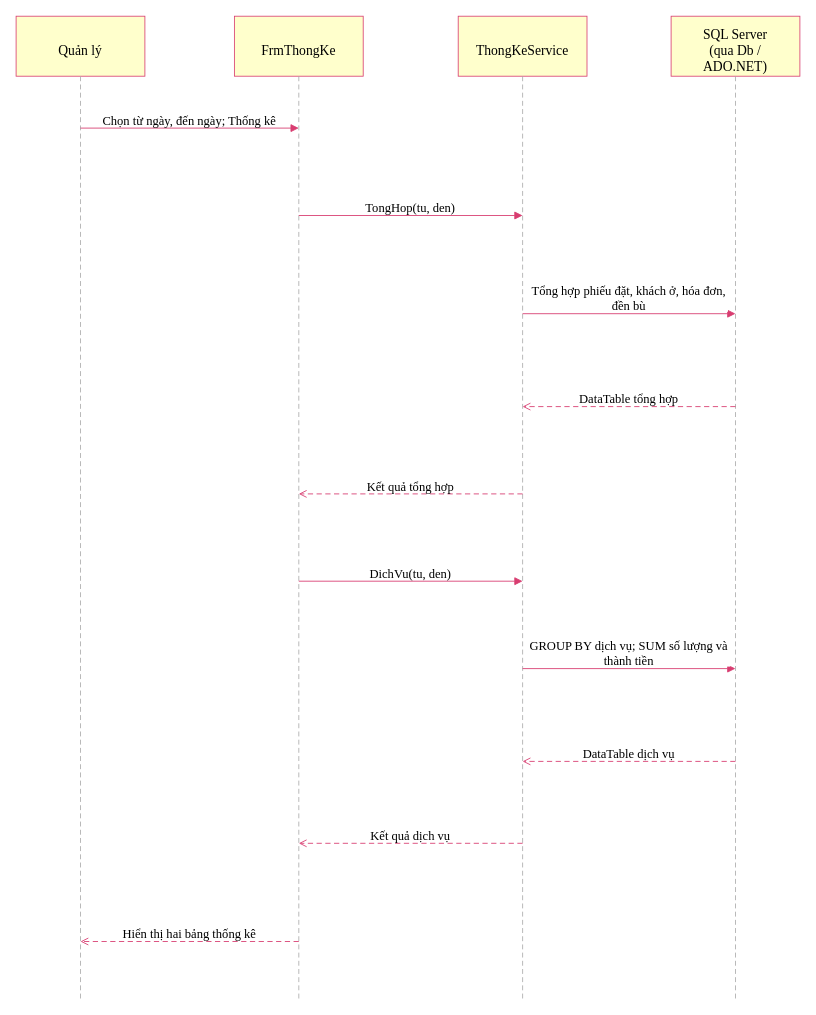
This is LAB3/UML/14_SequenceThongKe.drawio from kanishere55/LAB_AT_OOSD, a draw.io file, before an edit. Source tidied: cells renumbered, new cells numbered last; positions are measured from the earlier drawing's top-left corner, leaving out a move shared by most shapes. Both pictures are drawn from the tidied source at 100%, with x=0, y=0 at pixel (16, 16).
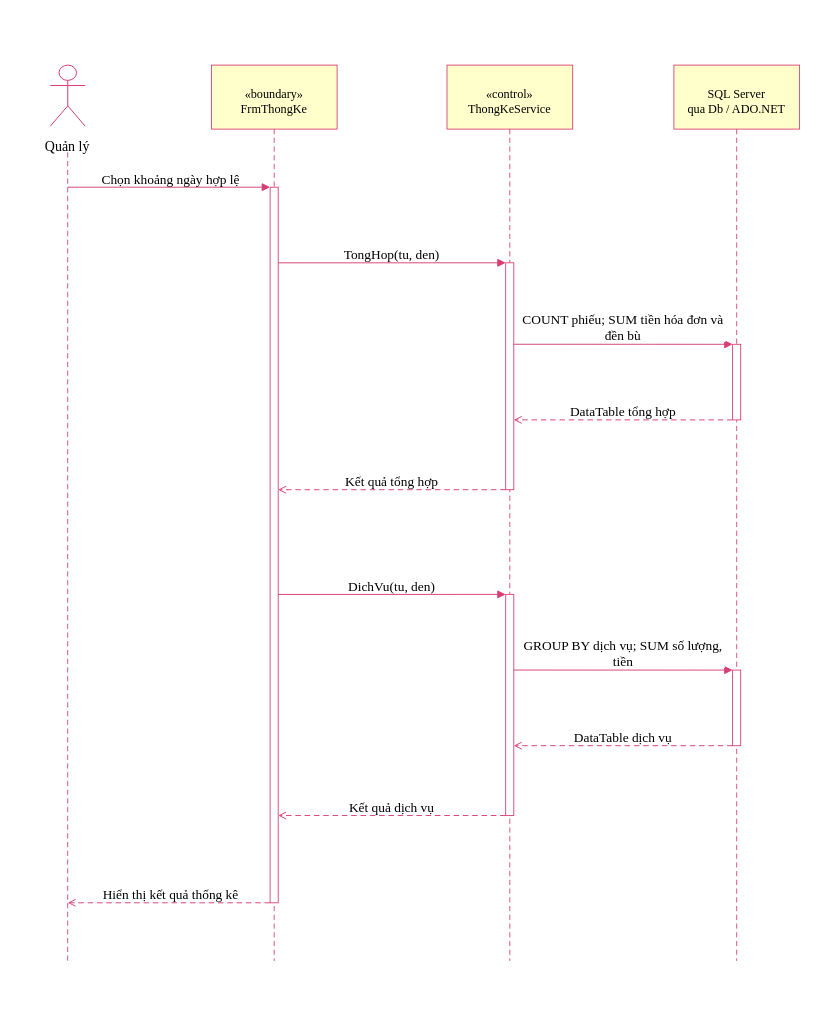
The same page after the edit.

Diff of the diagram source:
```diff
@@
     <mxCell id="2" style="group;html=0;" parent="1" vertex="1">
-      <mxGeometry x="-0.4" y="-0.3" width="128.8" height="60" as="geometry" />
+      <mxGeometry x="32.6" y="48" width="37.2" height="61.1" as="geometry" />
     </mxCell>
-    <mxCell id="3" style="rounded=0;arcSize=12;html=0;fillColor=#ffffcc;strokeColor=#d83d70;strokeWidth=0.819;" parent="2" vertex="1">
-      <mxGeometry width="128.8" height="60" as="geometry" />
+    <mxCell id="3" style="shape=umlActor;fillColor=none;strokeColor=#D83D70;" parent="2" vertex="1">
+      <mxGeometry x="1.2" y="0.6" width="34.9" height="61.1" as="geometry" />
     </mxCell>
-    <mxCell id="4" value="Quản lý" style="text;html=0;strokeColor=none;fillColor=none;fontFamily=Times New Roman;fontColor=#000000;fontSize=13.647;fontStyle=0;align=center;verticalAlign=top;spacing=0;whiteSpace=nowrap;overflow=visible;" parent="2" vertex="1">
-      <mxGeometry x="41" y="22" width="46.8" height="18.8" as="geometry" />
+    <mxCell id="4" value="Quản lý" style="text;html=0;strokeColor=none;fillColor=none;fontFamily=Times New Roman;fontColor=#000000;fontSize=13.962;fontStyle=0;align=center;verticalAlign=top;spacing=0;whiteSpace=nowrap;overflow=visible;" parent="2" vertex="1">
+      <mxGeometry x="-5.5" y="68.6" width="48.1" height="19.4" as="geometry" />
     </mxCell>
-    <mxCell id="5" style="edgeStyle=none;noEdgeStyle=1;rounded=0;strokeColor=#aaaaaa;strokeWidth=0.819;endArrow=none;startArrow=none;dashed=1;dashPattern=6 4;" parent="1" edge="1">
+    <mxCell id="5" style="edgeStyle=none;noEdgeStyle=1;rounded=0;strokeColor=#D83D70;strokeWidth=0.873;endArrow=none;startArrow=none;dashed=1;dashPattern=6 4;" parent="1" edge="1">
       <mxGeometry relative="1" as="geometry">
-        <mxPoint x="64" y="59.8" as="sourcePoint" />
-        <mxPoint x="64" y="982.3" as="targetPoint" />
+        <mxPoint x="51.2" y="135.8" as="sourcePoint" />
+        <mxPoint x="51.2" y="944.4" as="targetPoint" />
       </mxGeometry>
     </mxCell>
     <mxCell id="6" style="group;html=0;" parent="1" vertex="1">
-      <mxGeometry x="217.9" y="-0.3" width="128.8" height="60" as="geometry" />
+      <mxGeometry x="194.9" y="48.6" width="125.7" height="64" as="geometry" />
     </mxCell>
-    <mxCell id="7" style="rounded=0;arcSize=12;html=0;fillColor=#ffffcc;strokeColor=#d83d70;strokeWidth=0.819;" parent="6" vertex="1">
-      <mxGeometry width="128.8" height="60" as="geometry" />
+    <mxCell id="7" style="rounded=0;arcSize=12;html=0;fillColor=#FFFFCC;strokeColor=#D83D70;strokeWidth=0.873;" parent="6" vertex="1">
+      <mxGeometry width="125.7" height="64" as="geometry" />
     </mxCell>
-    <mxCell id="8" value="FrmThongKe" style="text;html=0;strokeColor=none;fillColor=none;fontFamily=Times New Roman;fontColor=#000000;fontSize=13.647;fontStyle=0;align=center;verticalAlign=top;spacing=0;whiteSpace=nowrap;overflow=visible;" parent="6" vertex="1">
-      <mxGeometry x="25.7" y="22" width="77.5" height="18.8" as="geometry" />
+    <mxCell id="8" value="«boundary»&#10;FrmThongKe" style="text;html=0;strokeColor=none;fillColor=none;fontFamily=Times New Roman;fontColor=#000000;fontSize=12.217;fontStyle=0;align=center;verticalAlign=top;spacing=0;whiteSpace=nowrap;overflow=visible;" parent="6" vertex="1">
+      <mxGeometry x="27.9" y="17.6" width="70" height="31.7" as="geometry" />
     </mxCell>
-    <mxCell id="9" style="edgeStyle=none;noEdgeStyle=1;rounded=0;strokeColor=#aaaaaa;strokeWidth=0.819;endArrow=none;startArrow=none;dashed=1;dashPattern=6 4;" parent="1" edge="1">
+    <mxCell id="9" style="edgeStyle=none;noEdgeStyle=1;rounded=0;strokeColor=#D83D70;strokeWidth=0.873;endArrow=none;startArrow=none;dashed=1;dashPattern=6 4;" parent="1" edge="1">
       <mxGeometry relative="1" as="geometry">
-        <mxPoint x="282.3" y="59.8" as="sourcePoint" />
-        <mxPoint x="282.3" y="982.3" as="targetPoint" />
+        <mxPoint x="257.7" y="112.5" as="sourcePoint" />
+        <mxPoint x="257.7" y="944.4" as="targetPoint" />
       </mxGeometry>
     </mxCell>
     <mxCell id="10" style="group;html=0;" parent="1" vertex="1">
-      <mxGeometry x="441.7" y="-0.3" width="128.8" height="60" as="geometry" />
+      <mxGeometry x="430.5" y="48.6" width="125.7" height="64" as="geometry" />
     </mxCell>
-    <mxCell id="11" style="rounded=0;arcSize=12;html=0;fillColor=#ffffcc;strokeColor=#d83d70;strokeWidth=0.819;" parent="10" vertex="1">
-      <mxGeometry width="128.8" height="60" as="geometry" />
+    <mxCell id="11" style="rounded=0;arcSize=12;html=0;fillColor=#FFFFCC;strokeColor=#D83D70;strokeWidth=0.873;" parent="10" vertex="1">
+      <mxGeometry width="125.7" height="64" as="geometry" />
     </mxCell>
-    <mxCell id="12" value="ThongKeService" style="text;html=0;strokeColor=none;fillColor=none;fontFamily=Times New Roman;fontColor=#000000;fontSize=13.647;fontStyle=0;align=center;verticalAlign=top;spacing=0;whiteSpace=nowrap;overflow=visible;" parent="10" vertex="1">
-      <mxGeometry x="16.6" y="22" width="95.5" height="18.8" as="geometry" />
+    <mxCell id="12" value="«control»&#10;ThongKeService" style="text;html=0;strokeColor=none;fillColor=none;fontFamily=Times New Roman;fontColor=#000000;fontSize=12.217;fontStyle=0;align=center;verticalAlign=top;spacing=0;whiteSpace=nowrap;overflow=visible;" parent="10" vertex="1">
+      <mxGeometry x="19.8" y="17.6" width="86.1" height="31.7" as="geometry" />
     </mxCell>
-    <mxCell id="13" style="edgeStyle=none;noEdgeStyle=1;rounded=0;strokeColor=#aaaaaa;strokeWidth=0.819;endArrow=none;startArrow=none;dashed=1;dashPattern=6 4;" parent="1" edge="1">
+    <mxCell id="13" style="edgeStyle=none;noEdgeStyle=1;rounded=0;strokeColor=#D83D70;strokeWidth=0.873;endArrow=none;startArrow=none;dashed=1;dashPattern=6 4;" parent="1" edge="1">
       <mxGeometry relative="1" as="geometry">
-        <mxPoint x="506.1" y="59.8" as="sourcePoint" />
-        <mxPoint x="506.1" y="982.3" as="targetPoint" />
+        <mxPoint x="493.3" y="112.5" as="sourcePoint" />
+        <mxPoint x="493.3" y="944.4" as="targetPoint" />
       </mxGeometry>
     </mxCell>
     <mxCell id="14" style="group;html=0;" parent="1" vertex="1">
-      <mxGeometry x="654.6" y="-0.3" width="128.8" height="60" as="geometry" />
+      <mxGeometry x="657.4" y="48.6" width="125.7" height="64" as="geometry" />
     </mxCell>
-    <mxCell id="15" style="rounded=0;arcSize=12;html=0;fillColor=#ffffcc;strokeColor=#d83d70;strokeWidth=0.819;" parent="14" vertex="1">
-      <mxGeometry width="128.8" height="60" as="geometry" />
+    <mxCell id="15" style="rounded=0;arcSize=12;html=0;fillColor=#FFFFCC;strokeColor=#D83D70;strokeWidth=0.873;" parent="14" vertex="1">
+      <mxGeometry width="125.7" height="64" as="geometry" />
     </mxCell>
-    <mxCell id="16" value="SQL Server&#10;(qua Db /&#10;ADO.NET)" style="text;html=0;strokeColor=none;fillColor=none;fontFamily=Times New Roman;fontColor=#000000;fontSize=13.647;fontStyle=0;align=center;verticalAlign=top;spacing=0;whiteSpace=nowrap;overflow=visible;" parent="14" vertex="1">
-      <mxGeometry x="30.4" y="5.9" width="68" height="51" as="geometry" />
+    <mxCell id="16" value="SQL Server&#10;qua Db / ADO.NET" style="text;html=0;strokeColor=none;fillColor=none;fontFamily=Times New Roman;fontColor=#000000;fontSize=12.217;fontStyle=0;align=center;verticalAlign=top;spacing=0;whiteSpace=nowrap;overflow=visible;" parent="14" vertex="1">
+      <mxGeometry x="11.9" y="17.6" width="101.9" height="31.7" as="geometry" />
     </mxCell>
-    <mxCell id="17" style="edgeStyle=none;noEdgeStyle=1;rounded=0;strokeColor=#aaaaaa;strokeWidth=0.819;endArrow=none;startArrow=none;dashed=1;dashPattern=6 4;" parent="1" edge="1">
+    <mxCell id="17" style="edgeStyle=none;noEdgeStyle=1;rounded=0;strokeColor=#D83D70;strokeWidth=0.873;endArrow=none;startArrow=none;dashed=1;dashPattern=6 4;" parent="1" edge="1">
       <mxGeometry relative="1" as="geometry">
-        <mxPoint x="719" y="59.8" as="sourcePoint" />
-        <mxPoint x="719" y="982.3" as="targetPoint" />
+        <mxPoint x="720.2" y="112.5" as="sourcePoint" />
+        <mxPoint x="720.2" y="944.4" as="targetPoint" />
       </mxGeometry>
     </mxCell>
+    <mxCell id="38" style="rounded=0;arcSize=12;html=0;fillColor=#FFFFFF;strokeColor=#D83D70;strokeWidth=0.873;" parent="1" vertex="1">
+      <mxGeometry x="253.6" y="170.7" width="8.1" height="715.6" as="geometry" />
+    </mxCell>
+    <mxCell id="39" style="rounded=0;arcSize=12;html=0;fillColor=#FFFFFF;strokeColor=#D83D70;strokeWidth=0.873;" parent="1" vertex="1">
+      <mxGeometry x="489.2" y="246.3" width="8.1" height="226.9" as="geometry" />
+    </mxCell>
+    <mxCell id="40" style="rounded=0;arcSize=12;html=0;fillColor=#FFFFFF;strokeColor=#D83D70;strokeWidth=0.873;" parent="1" vertex="1">
+      <mxGeometry x="489.2" y="577.9" width="8.1" height="221.1" as="geometry" />
+    </mxCell>
+    <mxCell id="41" style="rounded=0;arcSize=12;html=0;fillColor=#FFFFFF;strokeColor=#D83D70;strokeWidth=0.873;" parent="1" vertex="1">
+      <mxGeometry x="716.1" y="327.8" width="8.1" height="75.6" as="geometry" />
+    </mxCell>
+    <mxCell id="42" style="rounded=0;arcSize=12;html=0;fillColor=#FFFFFF;strokeColor=#D83D70;strokeWidth=0.873;" parent="1" vertex="1">
+      <mxGeometry x="716.1" y="653.6" width="8.1" height="75.6" as="geometry" />
+    </mxCell>
-    <mxCell id="18" style="edgeStyle=none;noEdgeStyle=1;rounded=0;jumpStyle=arc;jumpSize=6;strokeColor=#d83d70;strokeWidth=0.873;endArrow=block;endFill=1;startArrow=none;startFill=1;" parent="1" edge="1">
+    <mxCell id="18" style="edgeStyle=none;noEdgeStyle=1;rounded=0;jumpStyle=arc;jumpSize=6;strokeColor=#D83D70;strokeWidth=0.931;endArrow=block;endFill=1;startArrow=none;startFill=1;entryX=0;entryY=0.0;entryPerimeter=0;" parent="1" edge="1" target="38">
       <mxGeometry relative="1" as="geometry">
-        <mxPoint x="64" y="111.6" as="sourcePoint" />
-        <mxPoint x="282.3" y="111.6" as="targetPoint" />
+        <mxPoint x="51.2" y="170.7" as="sourcePoint" />
       </mxGeometry>
     </mxCell>
-    <mxCell id="19" value="Chọn từ ngày, đến ngày; Thống kê" style="text;html=0;strokeColor=none;fillColor=#ffffff;fontFamily=Times New Roman;fontColor=#000000;fontSize=12.555;fontStyle=0;align=center;verticalAlign=top;spacing=0;whiteSpace=nowrap;overflow=visible;" parent="1" vertex="1">
-      <mxGeometry x="84.2" y="92.5" width="177.9" height="17.5" as="geometry" />
+    <mxCell id="19" value="Chọn khoảng ngày hợp lệ" style="text;html=0;strokeColor=none;fillColor=#ffffff;fontFamily=Times New Roman;fontColor=#000000;fontSize=13.380;fontStyle=0;align=center;verticalAlign=top;spacing=0;whiteSpace=nowrap;overflow=visible;" parent="1" vertex="1">
+      <mxGeometry x="83.7" y="150.4" width="141.5" height="18.7" as="geometry" />
     </mxCell>
-    <mxCell id="20" style="edgeStyle=none;noEdgeStyle=1;rounded=0;jumpStyle=arc;jumpSize=6;strokeColor=#d83d70;strokeWidth=0.873;endArrow=block;endFill=1;startArrow=none;startFill=1;" parent="1" edge="1">
-      <mxGeometry relative="1" as="geometry">
-        <mxPoint x="282.3" y="199" as="sourcePoint" />
-        <mxPoint x="506.1" y="199" as="targetPoint" />
-      </mxGeometry>
+    <mxCell id="20" style="edgeStyle=none;noEdgeStyle=1;rounded=0;jumpStyle=arc;jumpSize=6;strokeColor=#D83D70;strokeWidth=0.931;endArrow=block;endFill=1;startArrow=none;startFill=1;exitX=1;exitY=0.10569105691056911;exitPerimeter=0;entryX=0;entryY=0.0;entryPerimeter=0;" parent="1" edge="1" source="38" target="39">
+      <mxGeometry relative="1" as="geometry" />
     </mxCell>
-    <mxCell id="21" value="TongHop(tu, den)" style="text;html=0;strokeColor=none;fillColor=#ffffff;fontFamily=Times New Roman;fontColor=#000000;fontSize=12.555;fontStyle=0;align=center;verticalAlign=top;spacing=0;whiteSpace=nowrap;overflow=visible;" parent="1" vertex="1">
-      <mxGeometry x="347.2" y="179.9" width="94" height="17.5" as="geometry" />
+    <mxCell id="21" value="TongHop(tu, den)" style="text;html=0;strokeColor=none;fillColor=#ffffff;fontFamily=Times New Roman;fontColor=#000000;fontSize=13.380;fontStyle=0;align=center;verticalAlign=top;spacing=0;whiteSpace=nowrap;overflow=visible;" parent="1" vertex="1">
+      <mxGeometry x="325.4" y="226" width="100.2" height="18.7" as="geometry" />
     </mxCell>
-    <mxCell id="22" style="edgeStyle=none;noEdgeStyle=1;rounded=0;jumpStyle=arc;jumpSize=6;strokeColor=#d83d70;strokeWidth=0.873;endArrow=block;endFill=1;startArrow=none;startFill=1;" parent="1" edge="1">
-      <mxGeometry relative="1" as="geometry">
-        <mxPoint x="506.1" y="297.2" as="sourcePoint" />
-        <mxPoint x="719" y="297.2" as="targetPoint" />
-      </mxGeometry>
+    <mxCell id="22" style="edgeStyle=none;noEdgeStyle=1;rounded=0;jumpStyle=arc;jumpSize=6;strokeColor=#D83D70;strokeWidth=0.931;endArrow=block;endFill=1;startArrow=none;startFill=1;exitX=1;exitY=0.358974358974359;exitPerimeter=0;entryX=0;entryY=0.0;entryPerimeter=0;" parent="1" edge="1" source="39" target="41">
+      <mxGeometry relative="1" as="geometry" />
     </mxCell>
-    <mxCell id="23" value="Tổng hợp phiếu đặt, khách ở, hóa đơn,&#10;đền bù" style="text;html=0;strokeColor=none;fillColor=#ffffff;fontFamily=Times New Roman;fontColor=#000000;fontSize=12.555;fontStyle=0;align=center;verticalAlign=top;spacing=0;whiteSpace=nowrap;overflow=visible;" parent="1" vertex="1">
-      <mxGeometry x="513.6" y="262.9" width="197.9" height="32.4" as="geometry" />
+    <mxCell id="23" value="COUNT phiếu; SUM tiền hóa đơn và&#10;đền bù" style="text;html=0;strokeColor=none;fillColor=#ffffff;fontFamily=Times New Roman;fontColor=#000000;fontSize=13.380;fontStyle=0;align=center;verticalAlign=top;spacing=0;whiteSpace=nowrap;overflow=visible;" parent="1" vertex="1">
+      <mxGeometry x="504.4" y="291.1" width="204.6" height="34.5" as="geometry" />
     </mxCell>
-    <mxCell id="24" style="edgeStyle=none;noEdgeStyle=1;rounded=0;jumpStyle=arc;jumpSize=6;strokeColor=#d83d70;strokeWidth=0.873;endArrow=open;endFill=0;startArrow=none;startFill=1;dashed=1;dashPattern=6 4;" parent="1" edge="1">
-      <mxGeometry relative="1" as="geometry">
-        <mxPoint x="719" y="390.1" as="sourcePoint" />
-        <mxPoint x="506.1" y="390.1" as="targetPoint" />
-      </mxGeometry>
+    <mxCell id="24" style="edgeStyle=none;noEdgeStyle=1;rounded=0;jumpStyle=arc;jumpSize=6;strokeColor=#D83D70;strokeWidth=0.931;endArrow=open;endFill=0;startArrow=none;startFill=1;dashed=1;dashPattern=6 4;entryX=1;entryY=0.6923076923076923;entryPerimeter=0;exitX=0;exitY=1.0;exitPerimeter=0;" parent="1" edge="1" source="41" target="39">
+      <mxGeometry relative="1" as="geometry" />
     </mxCell>
-    <mxCell id="25" value="DataTable tổng hợp" style="text;html=0;strokeColor=none;fillColor=#ffffff;fontFamily=Times New Roman;fontColor=#000000;fontSize=12.555;fontStyle=0;align=center;verticalAlign=top;spacing=0;whiteSpace=nowrap;overflow=visible;" parent="1" vertex="1">
-      <mxGeometry x="560.8" y="370.9" width="103.6" height="17.5" as="geometry" />
+    <mxCell id="25" value="DataTable tổng hợp" style="text;html=0;strokeColor=none;fillColor=#ffffff;fontFamily=Times New Roman;fontColor=#000000;fontSize=13.380;fontStyle=0;align=center;verticalAlign=top;spacing=0;whiteSpace=nowrap;overflow=visible;" parent="1" vertex="1">
+      <mxGeometry x="551.6" y="383.1" width="110.4" height="18.7" as="geometry" />
     </mxCell>
-    <mxCell id="26" style="edgeStyle=none;noEdgeStyle=1;rounded=0;jumpStyle=arc;jumpSize=6;strokeColor=#d83d70;strokeWidth=0.873;endArrow=open;endFill=0;startArrow=none;startFill=1;dashed=1;dashPattern=6 4;" parent="1" edge="1">
-      <mxGeometry relative="1" as="geometry">
-        <mxPoint x="506.1" y="477.4" as="sourcePoint" />
-        <mxPoint x="282.3" y="477.4" as="targetPoint" />
-      </mxGeometry>
+    <mxCell id="26" style="edgeStyle=none;noEdgeStyle=1;rounded=0;jumpStyle=arc;jumpSize=6;strokeColor=#D83D70;strokeWidth=0.931;endArrow=open;endFill=0;startArrow=none;startFill=1;dashed=1;dashPattern=6 4;entryX=1;entryY=0.42276422764227645;entryPerimeter=0;exitX=0;exitY=1.0;exitPerimeter=0;" parent="1" edge="1" source="39" target="38">
+      <mxGeometry relative="1" as="geometry" />
     </mxCell>
-    <mxCell id="27" value="Kết quả tổng hợp" style="text;html=0;strokeColor=none;fillColor=#ffffff;fontFamily=Times New Roman;fontColor=#000000;fontSize=12.555;fontStyle=0;align=center;verticalAlign=top;spacing=0;whiteSpace=nowrap;overflow=visible;" parent="1" vertex="1">
-      <mxGeometry x="348.9" y="458.3" width="90.6" height="17.5" as="geometry" />
+    <mxCell id="27" value="Kết quả tổng hợp" style="text;html=0;strokeColor=none;fillColor=#ffffff;fontFamily=Times New Roman;fontColor=#000000;fontSize=13.380;fontStyle=0;align=center;verticalAlign=top;spacing=0;whiteSpace=nowrap;overflow=visible;" parent="1" vertex="1">
+      <mxGeometry x="327.2" y="452.9" width="96.6" height="18.7" as="geometry" />
     </mxCell>
-    <mxCell id="28" style="edgeStyle=none;noEdgeStyle=1;rounded=0;jumpStyle=arc;jumpSize=6;strokeColor=#d83d70;strokeWidth=0.873;endArrow=block;endFill=1;startArrow=none;startFill=1;" parent="1" edge="1">
-      <mxGeometry relative="1" as="geometry">
-        <mxPoint x="282.3" y="564.7" as="sourcePoint" />
-        <mxPoint x="506.1" y="564.7" as="targetPoint" />
-      </mxGeometry>
+    <mxCell id="28" style="edgeStyle=none;noEdgeStyle=1;rounded=0;jumpStyle=arc;jumpSize=6;strokeColor=#D83D70;strokeWidth=0.931;endArrow=block;endFill=1;startArrow=none;startFill=1;exitX=1;exitY=0.5691056910569106;exitPerimeter=0;entryX=0;entryY=0.0;entryPerimeter=0;" parent="1" edge="1" source="38" target="40">
+      <mxGeometry relative="1" as="geometry" />
     </mxCell>
-    <mxCell id="29" value="DichVu(tu, den)" style="text;html=0;strokeColor=none;fillColor=#ffffff;fontFamily=Times New Roman;fontColor=#000000;fontSize=12.555;fontStyle=0;align=center;verticalAlign=top;spacing=0;whiteSpace=nowrap;overflow=visible;" parent="1" vertex="1">
-      <mxGeometry x="351.4" y="545.6" width="85.7" height="17.5" as="geometry" />
+    <mxCell id="29" value="DichVu(tu, den)" style="text;html=0;strokeColor=none;fillColor=#ffffff;fontFamily=Times New Roman;fontColor=#000000;fontSize=13.380;fontStyle=0;align=center;verticalAlign=top;spacing=0;whiteSpace=nowrap;overflow=visible;" parent="1" vertex="1">
+      <mxGeometry x="329.8" y="557.6" width="91.3" height="18.7" as="geometry" />
     </mxCell>
-    <mxCell id="30" style="edgeStyle=none;noEdgeStyle=1;rounded=0;jumpStyle=arc;jumpSize=6;strokeColor=#d83d70;strokeWidth=0.873;endArrow=block;endFill=1;startArrow=none;startFill=1;" parent="1" edge="1">
-      <mxGeometry relative="1" as="geometry">
-        <mxPoint x="506.1" y="652.1" as="sourcePoint" />
-        <mxPoint x="719" y="652.1" as="targetPoint" />
-      </mxGeometry>
+    <mxCell id="30" style="edgeStyle=none;noEdgeStyle=1;rounded=0;jumpStyle=arc;jumpSize=6;strokeColor=#D83D70;strokeWidth=0.931;endArrow=block;endFill=1;startArrow=none;startFill=1;exitX=1;exitY=0.34210526315789475;exitPerimeter=0;entryX=0;entryY=0.0;entryPerimeter=0;" parent="1" edge="1" source="40" target="42">
+      <mxGeometry relative="1" as="geometry" />
     </mxCell>
-    <mxCell id="31" value="GROUP BY dịch vụ; SUM số lượng và&#10;thành tiền" style="text;html=0;strokeColor=none;fillColor=#ffffff;fontFamily=Times New Roman;fontColor=#000000;fontSize=12.555;fontStyle=0;align=center;verticalAlign=top;spacing=0;whiteSpace=nowrap;overflow=visible;" parent="1" vertex="1">
-      <mxGeometry x="511.3" y="617.7" width="202.5" height="32.4" as="geometry" />
+    <mxCell id="31" value="GROUP BY dịch vụ; SUM số lượng,&#10;tiền" style="text;html=0;strokeColor=none;fillColor=#ffffff;fontFamily=Times New Roman;fontColor=#000000;fontSize=13.380;fontStyle=0;align=center;verticalAlign=top;spacing=0;whiteSpace=nowrap;overflow=visible;" parent="1" vertex="1">
+      <mxGeometry x="505.2" y="616.9" width="203.2" height="34.5" as="geometry" />
     </mxCell>
-    <mxCell id="32" style="edgeStyle=none;noEdgeStyle=1;rounded=0;jumpStyle=arc;jumpSize=6;strokeColor=#d83d70;strokeWidth=0.873;endArrow=open;endFill=0;startArrow=none;startFill=1;dashed=1;dashPattern=6 4;" parent="1" edge="1">
-      <mxGeometry relative="1" as="geometry">
-        <mxPoint x="719" y="744.9" as="sourcePoint" />
-        <mxPoint x="506.1" y="744.9" as="targetPoint" />
-      </mxGeometry>
+    <mxCell id="32" style="edgeStyle=none;noEdgeStyle=1;rounded=0;jumpStyle=arc;jumpSize=6;strokeColor=#D83D70;strokeWidth=0.931;endArrow=open;endFill=0;startArrow=none;startFill=1;dashed=1;dashPattern=6 4;entryX=1;entryY=0.6842105263157895;entryPerimeter=0;exitX=0;exitY=1.0;exitPerimeter=0;" parent="1" edge="1" source="42" target="40">
+      <mxGeometry relative="1" as="geometry" />
     </mxCell>
-    <mxCell id="33" value="DataTable dịch vụ" style="text;html=0;strokeColor=none;fillColor=#ffffff;fontFamily=Times New Roman;fontColor=#000000;fontSize=12.555;fontStyle=0;align=center;verticalAlign=top;spacing=0;whiteSpace=nowrap;overflow=visible;" parent="1" vertex="1">
-      <mxGeometry x="564.5" y="725.8" width="96.2" height="17.5" as="geometry" />
+    <mxCell id="33" value="DataTable dịch vụ" style="text;html=0;strokeColor=none;fillColor=#ffffff;fontFamily=Times New Roman;fontColor=#000000;fontSize=13.380;fontStyle=0;align=center;verticalAlign=top;spacing=0;whiteSpace=nowrap;overflow=visible;" parent="1" vertex="1">
+      <mxGeometry x="555.5" y="708.8" width="102.5" height="18.7" as="geometry" />
     </mxCell>
-    <mxCell id="34" style="edgeStyle=none;noEdgeStyle=1;rounded=0;jumpStyle=arc;jumpSize=6;strokeColor=#d83d70;strokeWidth=0.873;endArrow=open;endFill=0;startArrow=none;startFill=1;dashed=1;dashPattern=6 4;" parent="1" edge="1">
-      <mxGeometry relative="1" as="geometry">
-        <mxPoint x="506.1" y="826.8" as="sourcePoint" />
-        <mxPoint x="282.3" y="826.8" as="targetPoint" />
-      </mxGeometry>
+    <mxCell id="34" style="edgeStyle=none;noEdgeStyle=1;rounded=0;jumpStyle=arc;jumpSize=6;strokeColor=#D83D70;strokeWidth=0.931;endArrow=open;endFill=0;startArrow=none;startFill=1;dashed=1;dashPattern=6 4;entryX=1;entryY=0.8780487804878049;entryPerimeter=0;exitX=0;exitY=1.0;exitPerimeter=0;" parent="1" edge="1" source="40" target="38">
+      <mxGeometry relative="1" as="geometry" />
     </mxCell>
-    <mxCell id="35" value="Kết quả dịch vụ" style="text;html=0;strokeColor=none;fillColor=#ffffff;fontFamily=Times New Roman;fontColor=#000000;fontSize=12.555;fontStyle=0;align=center;verticalAlign=top;spacing=0;whiteSpace=nowrap;overflow=visible;" parent="1" vertex="1">
-      <mxGeometry x="352.6" y="807.7" width="83.2" height="17.5" as="geometry" />
+    <mxCell id="35" value="Kết quả dịch vụ" style="text;html=0;strokeColor=none;fillColor=#ffffff;fontFamily=Times New Roman;fontColor=#000000;fontSize=13.380;fontStyle=0;align=center;verticalAlign=top;spacing=0;whiteSpace=nowrap;overflow=visible;" parent="1" vertex="1">
+      <mxGeometry x="331.1" y="778.6" width="88.7" height="18.7" as="geometry" />
     </mxCell>
-    <mxCell id="36" style="edgeStyle=none;noEdgeStyle=1;rounded=0;jumpStyle=arc;jumpSize=6;strokeColor=#d83d70;strokeWidth=0.873;endArrow=open;endFill=0;startArrow=none;startFill=1;dashed=1;dashPattern=6 4;" parent="1" edge="1">
+    <mxCell id="36" style="edgeStyle=none;noEdgeStyle=1;rounded=0;jumpStyle=arc;jumpSize=6;strokeColor=#D83D70;strokeWidth=0.931;endArrow=open;endFill=0;startArrow=none;startFill=1;dashed=1;dashPattern=6 4;exitX=0;exitY=1.0;exitPerimeter=0;" parent="1" edge="1" source="38">
       <mxGeometry relative="1" as="geometry">
-        <mxPoint x="282.3" y="925" as="sourcePoint" />
-        <mxPoint x="64" y="925" as="targetPoint" />
+        <mxPoint x="51.2" y="886.3" as="targetPoint" />
       </mxGeometry>
     </mxCell>
-    <mxCell id="37" value="Hiển thị hai bảng thống kê" style="text;html=0;strokeColor=none;fillColor=#ffffff;fontFamily=Times New Roman;fontColor=#000000;fontSize=12.555;fontStyle=0;align=center;verticalAlign=top;spacing=0;whiteSpace=nowrap;overflow=visible;" parent="1" vertex="1">
-      <mxGeometry x="104.6" y="905.9" width="137.2" height="17.5" as="geometry" />
+    <mxCell id="37" value="Hiển thị kết quả thống kê" style="text;html=0;strokeColor=none;fillColor=#ffffff;fontFamily=Times New Roman;fontColor=#000000;fontSize=13.380;fontStyle=0;align=center;verticalAlign=top;spacing=0;whiteSpace=nowrap;overflow=visible;" parent="1" vertex="1">
+      <mxGeometry x="84.7" y="865.9" width="139.5" height="18.7" as="geometry" />
     </mxCell>
```
